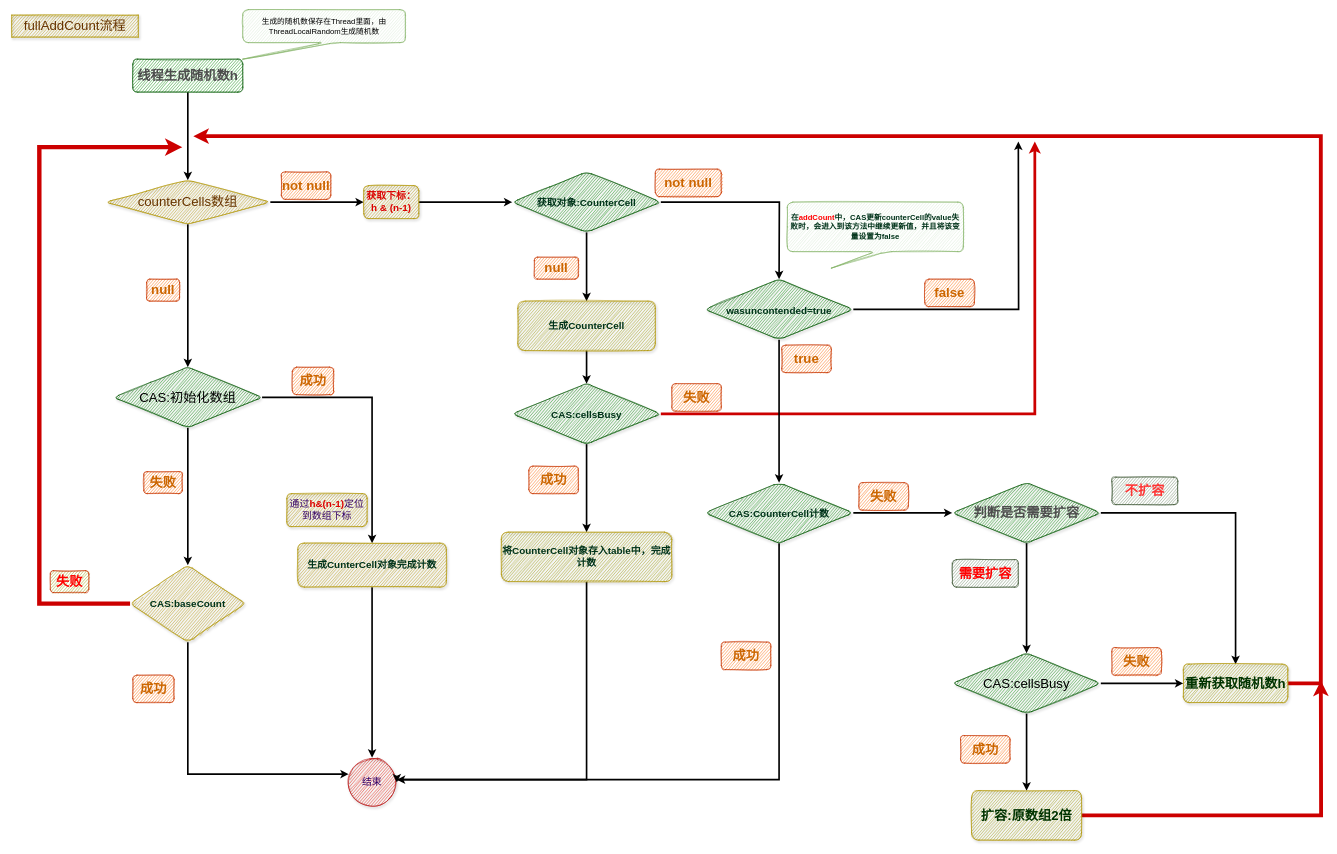
Before: page "fullAddCount" (12 of 14) of thread/concurrentHashMap-addCount.drawio in mydlxy/draw, a draw.io diagram. Source tidied: cells renumbered, new cells numbered last; positions are measured from the earlier drawing's top-left corner, leaving out a move shared by most shapes. Both pictures are drawn from the tidied source at 55%, with x=0, y=0 at pixel (12, 9).
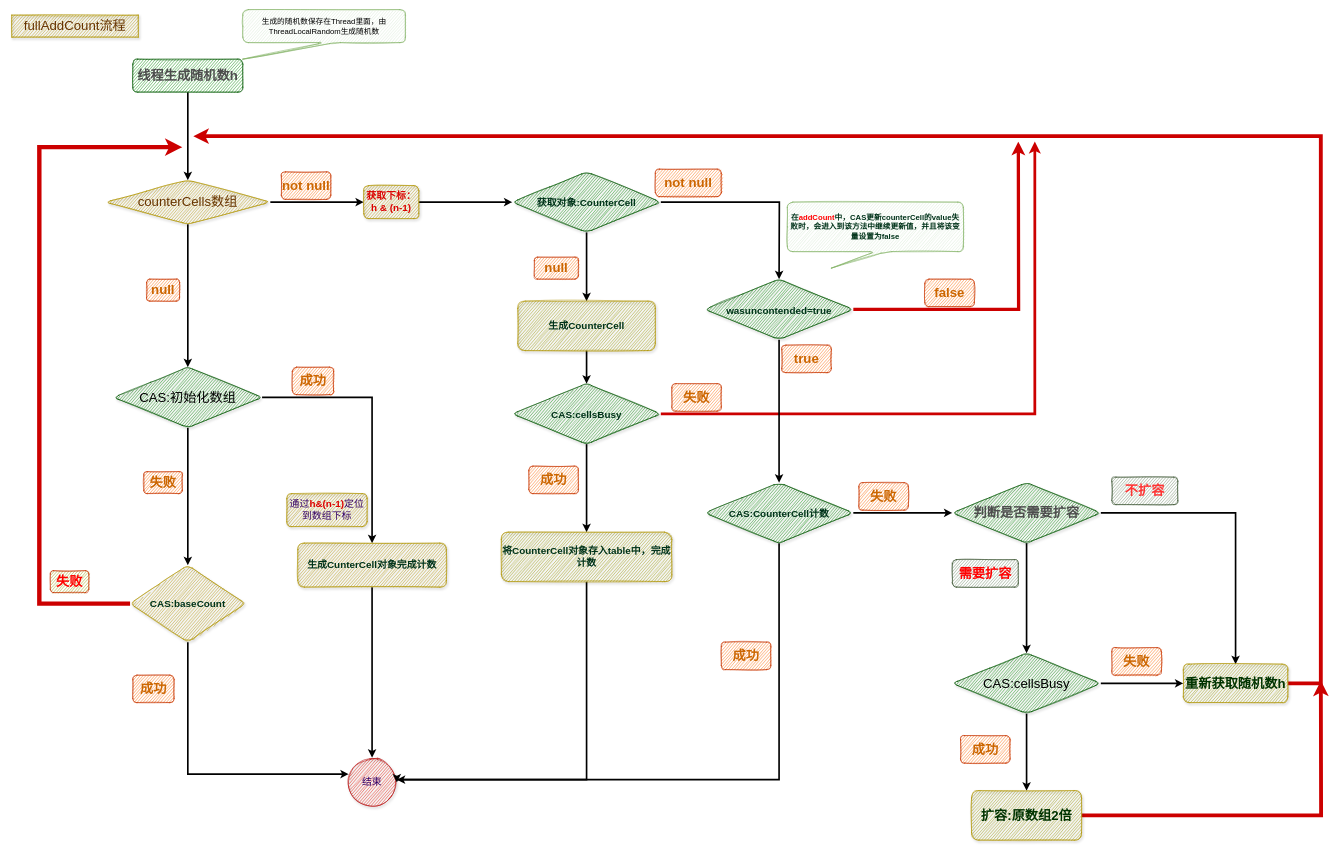
The same page after the edit.

Unchanged cells that the change refers to:
```xml
<mxCell id="61" value="&lt;span style=&quot;font-size: 18px;&quot;&gt;&lt;font color=&quot;#00331a&quot;&gt;&lt;b&gt;wasuncontended=true&lt;/b&gt;&lt;/font&gt;&lt;/span&gt;" style="rhombus;whiteSpace=wrap;html=1;rounded=1;shadow=1;sketch=1;fontSize=24;fontColor=#ffffff;fillColor=#008a00;strokeColor=#005700;" parent="1" vertex="1">
  <mxGeometry x="1260" y="490" width="270" height="110" as="geometry" />
</mxCell>
```

Change to the diagram source:
```diff
@@
-    <mxCell id="60" style="edgeStyle=orthogonalEdgeStyle;rounded=0;jettySize=auto;html=1;strokeWidth=3;" parent="1" edge="1" source="61">
+    <mxCell id="60" style="edgeStyle=orthogonalEdgeStyle;rounded=0;jettySize=auto;html=1;strokeWidth=6;strokeColor=#CC0000;" parent="1" edge="1" source="61">
       <mxGeometry relative="1" as="geometry">
         <mxPoint x="1830" y="240" as="targetPoint" />
       </mxGeometry>
     </mxCell>
```
